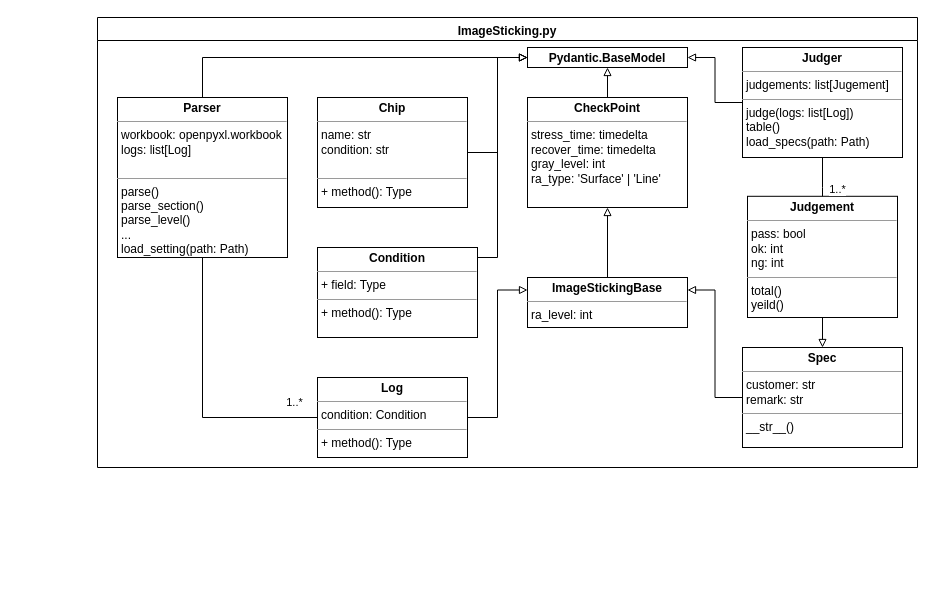
The draw.io diagram page "Page-1" (1 of 2) of img/Untitled Diagram.drawio in dimsplendid/pkm, before the edit. Source tidied: cells renumbered, new cells numbered last; positions are measured from the earlier drawing's top-left corner, leaving out a move shared by most shapes. Both pictures are drawn from the tidied source at 100%, with x=0, y=0 at pixel (97, 17).
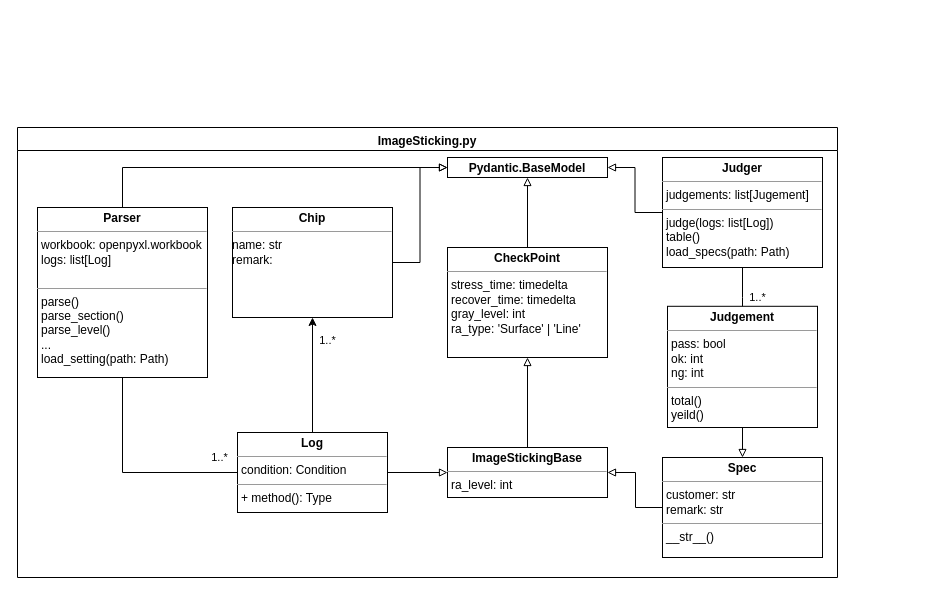
The same page after the edit.

Diff of the diagram source:
```diff
@@
-    <mxCell id="2" style="edgeStyle=orthogonalEdgeStyle;rounded=0;jettySize=auto;html=1;endArrow=block;endFill=0;" parent="1" edge="1" source="3" target="5">
-      <mxGeometry relative="1" as="geometry" />
-    </mxCell>
-    <mxCell id="3" value="&lt;p style=&quot;margin:0px;margin-top:4px;text-align:center;&quot;&gt;&lt;b&gt;ImageStickingBase&lt;/b&gt;&lt;/p&gt;&lt;hr size=&quot;1&quot;&gt;&lt;p style=&quot;margin:0px;margin-left:4px;&quot;&gt;&lt;/p&gt;&lt;p style=&quot;margin:0px;margin-left:4px;&quot;&gt;ra_level: int&lt;/p&gt;" style="verticalAlign=top;align=left;overflow=fill;fontSize=12;fontFamily=Helvetica;html=1;" parent="1" vertex="1">
-      <mxGeometry x="430" y="260" width="160" height="50" as="geometry" />
-    </mxCell>
+    <mxCell id="24" style="group;spacingLeft=0;verticalAlign=top;align=center;" parent="1" vertex="1">
+      <mxGeometry x="-80" y="110" width="820" height="450" as="geometry" />
+    </mxCell>
+    <mxCell id="6" value="&lt;p style=&quot;margin:0px;margin-top:4px;text-align:center;&quot;&gt;&lt;b&gt;Pydantic.BaseModel&lt;/b&gt;&lt;/p&gt;" style="verticalAlign=top;align=left;overflow=fill;fontSize=12;fontFamily=Helvetica;html=1;" parent="24" vertex="1">
+      <mxGeometry x="430" y="30" width="160" height="20" as="geometry" />
+    </mxCell>
-    <mxCell id="4" style="edgeStyle=orthogonalEdgeStyle;rounded=0;jettySize=auto;html=1;endArrow=block;endFill=0;" parent="1" edge="1" source="5" target="6">
+    <mxCell id="4" style="edgeStyle=orthogonalEdgeStyle;rounded=0;jettySize=auto;html=1;endArrow=block;endFill=0;" parent="24" edge="1" source="5" target="6">
       <mxGeometry relative="1" as="geometry" />
     </mxCell>
-    <mxCell id="5" value="&lt;p style=&quot;margin:0px;margin-top:4px;text-align:center;&quot;&gt;&lt;b&gt;CheckPoint&lt;/b&gt;&lt;/p&gt;&lt;hr size=&quot;1&quot;&gt;&lt;p style=&quot;margin:0px;margin-left:4px;&quot;&gt;stress_time: timedelta&lt;/p&gt;&lt;p style=&quot;margin:0px;margin-left:4px;&quot;&gt;recover_time: timedelta&lt;/p&gt;&lt;p style=&quot;margin:0px;margin-left:4px;&quot;&gt;gray_level: int&lt;/p&gt;&lt;p style=&quot;margin:0px;margin-left:4px;&quot;&gt;ra_type: 'Surface' | 'Line'&lt;/p&gt;" style="verticalAlign=top;align=left;overflow=fill;fontSize=12;fontFamily=Helvetica;html=1;" parent="1" vertex="1">
-      <mxGeometry x="430" y="80" width="160" height="110" as="geometry" />
-    </mxCell>
-    <mxCell id="6" value="&lt;p style=&quot;margin:0px;margin-top:4px;text-align:center;&quot;&gt;&lt;b&gt;Pydantic.BaseModel&lt;/b&gt;&lt;/p&gt;" style="verticalAlign=top;align=left;overflow=fill;fontSize=12;fontFamily=Helvetica;html=1;" parent="1" vertex="1">
-      <mxGeometry x="430" y="30" width="160" height="20" as="geometry" />
-    </mxCell>
-    <mxCell id="7" style="edgeStyle=orthogonalEdgeStyle;rounded=0;jettySize=auto;html=1;entryX=1;entryY=0.25;entryDx=0;entryDy=0;fontColor=default;endArrow=block;endFill=0;" parent="1" edge="1" source="8" target="3">
-      <mxGeometry relative="1" as="geometry" />
+    <mxCell id="7" style="edgeStyle=orthogonalEdgeStyle;rounded=0;jettySize=auto;html=1;fontColor=default;endArrow=block;endFill=0;" parent="24" edge="1" source="8" target="3">
+      <mxGeometry relative="1" as="geometry">
+        <Array as="points">
+          <mxPoint x="618" y="380" />
+          <mxPoint x="618" y="345" />
+        </Array>
+      </mxGeometry>
     </mxCell>
-    <mxCell id="8" value="&lt;p style=&quot;margin:0px;margin-top:4px;text-align:center;&quot;&gt;&lt;b&gt;Spec&lt;/b&gt;&lt;/p&gt;&lt;hr size=&quot;1&quot;&gt;&lt;p style=&quot;margin:0px;margin-left:4px;&quot;&gt;customer: str&lt;/p&gt;&lt;p style=&quot;margin:0px;margin-left:4px;&quot;&gt;remark: str&lt;/p&gt;&lt;hr size=&quot;1&quot;&gt;&lt;p style=&quot;margin:0px;margin-left:4px;&quot;&gt;__str__()&lt;/p&gt;" style="verticalAlign=top;align=left;overflow=fill;fontSize=12;fontFamily=Helvetica;html=1;labelBackgroundColor=none;fontColor=default;" parent="1" vertex="1">
+    <mxCell id="8" value="&lt;p style=&quot;margin:0px;margin-top:4px;text-align:center;&quot;&gt;&lt;b&gt;Spec&lt;/b&gt;&lt;/p&gt;&lt;hr size=&quot;1&quot;&gt;&lt;p style=&quot;margin:0px;margin-left:4px;&quot;&gt;customer: str&lt;/p&gt;&lt;p style=&quot;margin:0px;margin-left:4px;&quot;&gt;remark: str&lt;/p&gt;&lt;hr size=&quot;1&quot;&gt;&lt;p style=&quot;margin:0px;margin-left:4px;&quot;&gt;__str__()&lt;/p&gt;" style="verticalAlign=top;align=left;overflow=fill;fontSize=12;fontFamily=Helvetica;html=1;labelBackgroundColor=none;fontColor=default;" parent="24" vertex="1">
       <mxGeometry x="645" y="330" width="160" height="100" as="geometry" />
     </mxCell>
-    <mxCell id="9" style="edgeStyle=orthogonalEdgeStyle;rounded=0;jettySize=auto;html=1;entryX=0;entryY=0.25;entryDx=0;entryDy=0;fontColor=default;endArrow=block;endFill=0;" parent="1" edge="1" source="21" target="3">
-      <mxGeometry relative="1" as="geometry" />
-    </mxCell>
-    <mxCell id="10" value="1..*" style="edgeStyle=orthogonalEdgeStyle;rounded=0;jettySize=auto;html=1;fontColor=default;endArrow=none;endFill=0;strokeColor=default;exitX=0;exitY=0.5;exitDx=0;exitDy=0;" parent="1" edge="1" source="21" target="14">
-      <mxGeometry x="-0.83" y="-15" relative="1" as="geometry">
-        <Array as="points">
-          <mxPoint x="105" y="400" />
-        </Array>
-      </mxGeometry>
-    </mxCell>
-    <mxCell id="11" style="edgeStyle=orthogonalEdgeStyle;rounded=0;jettySize=auto;html=1;entryX=0;entryY=0.5;entryDx=0;entryDy=0;fontColor=default;endArrow=block;endFill=0;strokeColor=default;" parent="1" edge="1" source="12" target="6">
+    <mxCell id="11" style="edgeStyle=orthogonalEdgeStyle;rounded=0;jettySize=auto;html=1;entryX=0;entryY=0.5;entryDx=0;entryDy=0;fontColor=default;endArrow=block;endFill=0;strokeColor=default;" parent="24" edge="1" source="25" target="6">
       <mxGeometry relative="1" as="geometry" />
     </mxCell>
-    <mxCell id="12" value="&lt;p style=&quot;margin:0px;margin-top:4px;text-align:center;&quot;&gt;&lt;b&gt;Chip&lt;/b&gt;&lt;/p&gt;&lt;hr size=&quot;1&quot;&gt;&lt;p style=&quot;margin:0px;margin-left:4px;&quot;&gt;name: str&lt;/p&gt;&lt;p style=&quot;margin:0px;margin-left:4px;&quot;&gt;condition: str&lt;/p&gt;&lt;p style=&quot;margin:0px;margin-left:4px;&quot;&gt;&lt;br&gt;&lt;/p&gt;&lt;hr size=&quot;1&quot;&gt;&lt;p style=&quot;margin:0px;margin-left:4px;&quot;&gt;+ method(): Type&lt;/p&gt;" style="verticalAlign=top;align=left;overflow=fill;fontSize=12;fontFamily=Helvetica;html=1;labelBackgroundColor=none;fontColor=default;" parent="1" vertex="1">
-      <mxGeometry x="220" y="80" width="150" height="110" as="geometry" />
-    </mxCell>
-    <mxCell id="13" style="edgeStyle=orthogonalEdgeStyle;rounded=0;jettySize=auto;html=1;entryX=0;entryY=0.5;entryDx=0;entryDy=0;fontColor=default;endArrow=block;endFill=0;strokeColor=default;exitX=0.5;exitY=0;exitDx=0;exitDy=0;" parent="1" edge="1" source="14" target="6">
+    <mxCell id="13" style="edgeStyle=orthogonalEdgeStyle;rounded=0;jettySize=auto;html=1;entryX=0;entryY=0.5;entryDx=0;entryDy=0;fontColor=default;endArrow=block;endFill=0;strokeColor=default;exitX=0.5;exitY=0;exitDx=0;exitDy=0;" parent="24" edge="1" source="14" target="6">
       <mxGeometry relative="1" as="geometry">
         <Array as="points">
           <mxPoint x="105" y="40" />
         </Array>
       </mxGeometry>
     </mxCell>
-    <mxCell id="14" value="&lt;p style=&quot;margin:0px;margin-top:4px;text-align:center;&quot;&gt;&lt;b&gt;Parser&lt;/b&gt;&lt;/p&gt;&lt;hr size=&quot;1&quot;&gt;&lt;p style=&quot;margin:0px;margin-left:4px;&quot;&gt;workbook: openpyxl.workbook&lt;/p&gt;&lt;p style=&quot;margin:0px;margin-left:4px;&quot;&gt;logs: list[Log]&lt;/p&gt;&lt;p style=&quot;margin:0px;margin-left:4px;&quot;&gt;&lt;br&gt;&lt;/p&gt;&lt;hr size=&quot;1&quot;&gt;&lt;p style=&quot;margin:0px;margin-left:4px;&quot;&gt;parse()&lt;/p&gt;&lt;p style=&quot;margin:0px;margin-left:4px;&quot;&gt;parse_section()&lt;/p&gt;&lt;p style=&quot;margin:0px;margin-left:4px;&quot;&gt;parse_level()&lt;/p&gt;&lt;p style=&quot;margin:0px;margin-left:4px;&quot;&gt;...&lt;/p&gt;&lt;p style=&quot;margin:0px;margin-left:4px;&quot;&gt;load_setting(path: Path)&lt;/p&gt;" style="verticalAlign=top;align=left;overflow=fill;fontSize=12;fontFamily=Helvetica;html=1;labelBackgroundColor=none;fontColor=default;" parent="1" vertex="1">
-      <mxGeometry x="20" y="80" width="170" height="160" as="geometry" />
+    <mxCell id="14" value="&lt;p style=&quot;margin:0px;margin-top:4px;text-align:center;&quot;&gt;&lt;b&gt;Parser&lt;/b&gt;&lt;/p&gt;&lt;hr size=&quot;1&quot;&gt;&lt;p style=&quot;margin:0px;margin-left:4px;&quot;&gt;workbook: openpyxl.workbook&lt;/p&gt;&lt;p style=&quot;margin:0px;margin-left:4px;&quot;&gt;logs: list[Log]&lt;/p&gt;&lt;p style=&quot;margin:0px;margin-left:4px;&quot;&gt;&lt;br&gt;&lt;/p&gt;&lt;hr size=&quot;1&quot;&gt;&lt;p style=&quot;margin:0px;margin-left:4px;&quot;&gt;parse()&lt;/p&gt;&lt;p style=&quot;margin:0px;margin-left:4px;&quot;&gt;parse_section()&lt;/p&gt;&lt;p style=&quot;margin:0px;margin-left:4px;&quot;&gt;parse_level()&lt;/p&gt;&lt;p style=&quot;margin:0px;margin-left:4px;&quot;&gt;...&lt;/p&gt;&lt;p style=&quot;margin:0px;margin-left:4px;&quot;&gt;load_setting(path: Path)&lt;/p&gt;" style="verticalAlign=top;align=left;overflow=fill;fontSize=12;fontFamily=Helvetica;html=1;labelBackgroundColor=none;fontColor=default;" parent="24" vertex="1">
+      <mxGeometry x="20" y="80" width="170" height="170" as="geometry" />
     </mxCell>
-    <mxCell id="15" style="edgeStyle=orthogonalEdgeStyle;rounded=0;jettySize=auto;html=1;fontColor=default;endArrow=block;endFill=0;strokeColor=default;" parent="1" edge="1" source="18" target="8">
+    <mxCell id="15" style="edgeStyle=orthogonalEdgeStyle;rounded=0;jettySize=auto;html=1;fontColor=default;endArrow=block;endFill=0;strokeColor=default;" parent="24" edge="1" source="18" target="8">
       <mxGeometry relative="1" as="geometry" />
     </mxCell>
-    <mxCell id="16" style="edgeStyle=orthogonalEdgeStyle;rounded=0;jettySize=auto;html=1;fontColor=default;endArrow=block;endFill=0;strokeColor=default;" parent="1" edge="1" source="17" target="6">
+    <mxCell id="16" style="edgeStyle=orthogonalEdgeStyle;rounded=0;jettySize=auto;html=1;fontColor=default;endArrow=block;endFill=0;strokeColor=default;" parent="24" edge="1" source="17" target="6">
       <mxGeometry relative="1" as="geometry" />
     </mxCell>
-    <mxCell id="17" value="&lt;p style=&quot;margin:0px;margin-top:4px;text-align:center;&quot;&gt;&lt;b&gt;Judger&lt;/b&gt;&lt;/p&gt;&lt;hr size=&quot;1&quot;&gt;&lt;p style=&quot;margin:0px;margin-left:4px;&quot;&gt;judgements: list[Jugement]&lt;/p&gt;&lt;hr size=&quot;1&quot;&gt;&lt;p style=&quot;margin:0px;margin-left:4px;&quot;&gt;judge(logs: list[Log])&lt;/p&gt;&lt;p style=&quot;margin:0px;margin-left:4px;&quot;&gt;table()&lt;/p&gt;&lt;p style=&quot;margin:0px;margin-left:4px;&quot;&gt;load_specs(path: Path)&lt;/p&gt;" style="verticalAlign=top;align=left;overflow=fill;fontSize=12;fontFamily=Helvetica;html=1;labelBackgroundColor=none;fontColor=default;" parent="1" vertex="1">
+    <mxCell id="17" value="&lt;p style=&quot;margin:0px;margin-top:4px;text-align:center;&quot;&gt;&lt;b&gt;Judger&lt;/b&gt;&lt;/p&gt;&lt;hr size=&quot;1&quot;&gt;&lt;p style=&quot;margin:0px;margin-left:4px;&quot;&gt;judgements: list[Jugement]&lt;/p&gt;&lt;hr size=&quot;1&quot;&gt;&lt;p style=&quot;margin:0px;margin-left:4px;&quot;&gt;judge(logs: list[Log])&lt;/p&gt;&lt;p style=&quot;margin:0px;margin-left:4px;&quot;&gt;table()&lt;/p&gt;&lt;p style=&quot;margin:0px;margin-left:4px;&quot;&gt;load_specs(path: Path)&lt;/p&gt;" style="verticalAlign=top;align=left;overflow=fill;fontSize=12;fontFamily=Helvetica;html=1;labelBackgroundColor=none;fontColor=default;" parent="24" vertex="1">
       <mxGeometry x="645" y="30" width="160" height="110" as="geometry" />
     </mxCell>
-    <mxCell id="18" value="&lt;p style=&quot;margin:0px;margin-top:4px;text-align:center;&quot;&gt;&lt;b&gt;Judgement&lt;/b&gt;&lt;/p&gt;&lt;hr size=&quot;1&quot;&gt;&lt;p style=&quot;margin:0px;margin-left:4px;&quot;&gt;&lt;span style=&quot;background-color: initial;&quot;&gt;pass: bool&lt;/span&gt;&lt;/p&gt;&lt;p style=&quot;margin:0px;margin-left:4px;&quot;&gt;&lt;span style=&quot;background-color: initial;&quot;&gt;ok: int&lt;/span&gt;&lt;/p&gt;&lt;p style=&quot;margin:0px;margin-left:4px;&quot;&gt;&lt;span style=&quot;background-color: initial;&quot;&gt;ng: int&lt;/span&gt;&lt;/p&gt;&lt;hr size=&quot;1&quot;&gt;&lt;p style=&quot;margin: 0px 0px 0px 4px;&quot;&gt;total()&lt;/p&gt;&lt;p style=&quot;margin: 0px 0px 0px 4px;&quot;&gt;yeild()&lt;/p&gt;&lt;div&gt;&lt;span style=&quot;background-color: initial;&quot;&gt;&lt;br&gt;&lt;/span&gt;&lt;/div&gt;" style="verticalAlign=top;align=left;overflow=fill;fontSize=12;fontFamily=Helvetica;html=1;labelBackgroundColor=none;fontColor=default;" parent="1" vertex="1">
+    <mxCell id="18" value="&lt;p style=&quot;margin:0px;margin-top:4px;text-align:center;&quot;&gt;&lt;b&gt;Judgement&lt;/b&gt;&lt;/p&gt;&lt;hr size=&quot;1&quot;&gt;&lt;p style=&quot;margin:0px;margin-left:4px;&quot;&gt;&lt;span style=&quot;background-color: initial;&quot;&gt;pass: bool&lt;/span&gt;&lt;/p&gt;&lt;p style=&quot;margin:0px;margin-left:4px;&quot;&gt;&lt;span style=&quot;background-color: initial;&quot;&gt;ok: int&lt;/span&gt;&lt;/p&gt;&lt;p style=&quot;margin:0px;margin-left:4px;&quot;&gt;&lt;span style=&quot;background-color: initial;&quot;&gt;ng: int&lt;/span&gt;&lt;/p&gt;&lt;hr size=&quot;1&quot;&gt;&lt;p style=&quot;margin: 0px 0px 0px 4px;&quot;&gt;total()&lt;/p&gt;&lt;p style=&quot;margin: 0px 0px 0px 4px;&quot;&gt;yeild()&lt;/p&gt;&lt;div&gt;&lt;span style=&quot;background-color: initial;&quot;&gt;&lt;br&gt;&lt;/span&gt;&lt;/div&gt;" style="verticalAlign=top;align=left;overflow=fill;fontSize=12;fontFamily=Helvetica;html=1;labelBackgroundColor=none;fontColor=default;" parent="24" vertex="1">
       <mxGeometry x="650" y="178.8" width="150" height="121.2" as="geometry" />
     </mxCell>
-    <mxCell id="19" value="1..*" style="edgeStyle=orthogonalEdgeStyle;rounded=0;jettySize=auto;html=1;fontColor=default;endArrow=none;endFill=0;strokeColor=default;exitX=0.5;exitY=0;exitDx=0;exitDy=0;" parent="1" edge="1" source="18" target="17">
-      <mxGeometry x="-0.64" y="-15" relative="1" as="geometry">
+    <mxCell id="19" value="1..*" style="edgeStyle=orthogonalEdgeStyle;rounded=0;jettySize=auto;html=1;fontColor=default;endArrow=none;endFill=0;strokeColor=default;exitX=0.5;exitY=0;exitDx=0;exitDy=0;" parent="24" edge="1" source="18" target="17">
+      <mxGeometry x="-0.55" y="-15" relative="1" as="geometry">
         <Array as="points">
           <mxPoint x="725" y="170" />
           <mxPoint x="725" y="170" />
         </Array>
       </mxGeometry>
     </mxCell>
-    <mxCell id="20" value="ImageSticking.py" style="swimlane;labelBackgroundColor=none;fontColor=default;verticalAlign=top;" parent="1" vertex="1">
+    <mxCell id="20" value="ImageSticking.py" style="swimlane;labelBackgroundColor=none;fontColor=default;verticalAlign=top;" parent="24" vertex="1">
       <mxGeometry width="820" height="450" as="geometry" />
     </mxCell>
     <mxCell id="21" value="&lt;p style=&quot;margin:0px;margin-top:4px;text-align:center;&quot;&gt;&lt;b&gt;Log&lt;/b&gt;&lt;/p&gt;&lt;hr size=&quot;1&quot;&gt;&lt;p style=&quot;margin:0px;margin-left:4px;&quot;&gt;condition: Condition&lt;/p&gt;&lt;hr size=&quot;1&quot;&gt;&lt;p style=&quot;margin:0px;margin-left:4px;&quot;&gt;+ method(): Type&lt;/p&gt;" style="verticalAlign=top;align=left;overflow=fill;fontSize=12;fontFamily=Helvetica;html=1;labelBackgroundColor=none;fontColor=default;" parent="20" vertex="1">
-      <mxGeometry x="220" y="360" width="150" height="80" as="geometry" />
+      <mxGeometry x="220" y="305" width="150" height="80" as="geometry" />
     </mxCell>
-    <mxCell id="22" value="&lt;p style=&quot;margin:0px;margin-top:4px;text-align:center;&quot;&gt;&lt;b&gt;Condition&lt;/b&gt;&lt;/p&gt;&lt;hr size=&quot;1&quot;&gt;&lt;p style=&quot;margin:0px;margin-left:4px;&quot;&gt;+ field: Type&lt;/p&gt;&lt;hr size=&quot;1&quot;&gt;&lt;p style=&quot;margin:0px;margin-left:4px;&quot;&gt;+ method(): Type&lt;/p&gt;" style="verticalAlign=top;align=left;overflow=fill;fontSize=12;fontFamily=Helvetica;html=1;labelBackgroundColor=none;fontColor=default;" parent="20" vertex="1">
-      <mxGeometry x="220" y="230" width="160" height="90" as="geometry" />
-    </mxCell>
-    <mxCell id="23" style="edgeStyle=orthogonalEdgeStyle;rounded=0;jettySize=auto;html=1;fontSize=13;fontColor=default;endArrow=block;endFill=0;strokeColor=default;" parent="1" edge="1" source="22" target="6">
-      <mxGeometry relative="1" as="geometry">
-        <Array as="points">
-          <mxPoint x="400" y="240" />
-          <mxPoint x="400" y="40" />
-        </Array>
-      </mxGeometry>
-    </mxCell>
+    <mxCell id="3" value="&lt;p style=&quot;margin:0px;margin-top:4px;text-align:center;&quot;&gt;&lt;b&gt;ImageStickingBase&lt;/b&gt;&lt;/p&gt;&lt;hr size=&quot;1&quot;&gt;&lt;p style=&quot;margin:0px;margin-left:4px;&quot;&gt;&lt;/p&gt;&lt;p style=&quot;margin:0px;margin-left:4px;&quot;&gt;ra_level: int&lt;/p&gt;" style="verticalAlign=top;align=left;overflow=fill;fontSize=12;fontFamily=Helvetica;html=1;" parent="20" vertex="1">
+      <mxGeometry x="430" y="320" width="160" height="50" as="geometry" />
+    </mxCell>
+    <mxCell id="9" style="edgeStyle=orthogonalEdgeStyle;rounded=0;jettySize=auto;html=1;fontColor=default;endArrow=block;endFill=0;" parent="20" edge="1" source="21" target="3">
+      <mxGeometry relative="1" as="geometry" />
+    </mxCell>
+    <mxCell id="5" value="&lt;p style=&quot;margin:0px;margin-top:4px;text-align:center;&quot;&gt;&lt;b&gt;CheckPoint&lt;/b&gt;&lt;/p&gt;&lt;hr size=&quot;1&quot;&gt;&lt;p style=&quot;margin:0px;margin-left:4px;&quot;&gt;stress_time: timedelta&lt;/p&gt;&lt;p style=&quot;margin:0px;margin-left:4px;&quot;&gt;recover_time: timedelta&lt;/p&gt;&lt;p style=&quot;margin:0px;margin-left:4px;&quot;&gt;gray_level: int&lt;/p&gt;&lt;p style=&quot;margin:0px;margin-left:4px;&quot;&gt;ra_type: 'Surface' | 'Line'&lt;/p&gt;" style="verticalAlign=top;align=left;overflow=fill;fontSize=12;fontFamily=Helvetica;html=1;" parent="20" vertex="1">
+      <mxGeometry x="430" y="120" width="160" height="110" as="geometry" />
+    </mxCell>
+    <mxCell id="2" style="edgeStyle=orthogonalEdgeStyle;rounded=0;jettySize=auto;html=1;endArrow=block;endFill=0;" parent="20" edge="1" source="3" target="5">
+      <mxGeometry relative="1" as="geometry" />
+    </mxCell>
+    <mxCell id="25" value="&lt;p style=&quot;margin: 4px 0px 0px;&quot; align=&quot;center&quot;&gt;&lt;b&gt;Chip&lt;/b&gt;&lt;/p&gt;&lt;hr size=&quot;1&quot;&gt;&lt;div&gt;name: str&lt;/div&gt;&lt;div&gt;remark:&amp;nbsp;&lt;/div&gt;&lt;div&gt;&lt;br&gt;&lt;/div&gt;" style="verticalAlign=top;align=left;overflow=fill;fontSize=12;fontFamily=Helvetica;html=1;spacingLeft=0;spacing=2;" parent="20" vertex="1">
+      <mxGeometry x="215" y="80" width="160" height="110" as="geometry" />
+    </mxCell>
+    <mxCell id="26" value="1..*" style="edgeStyle=orthogonalEdgeStyle;rounded=0;jettySize=auto;html=1;" parent="20" edge="1" source="21" target="25">
+      <mxGeometry x="0.6" y="-15" relative="1" as="geometry" />
+    </mxCell>
+    <mxCell id="10" value="1..*" style="edgeStyle=orthogonalEdgeStyle;rounded=0;jettySize=auto;html=1;fontColor=default;endArrow=none;endFill=0;strokeColor=default;exitX=0;exitY=0.5;exitDx=0;exitDy=0;" parent="24" edge="1" source="21" target="14">
+      <mxGeometry x="-0.83" y="-15" relative="1" as="geometry">
+        <Array as="points">
+          <mxPoint x="105" y="345" />
+        </Array>
+      </mxGeometry>
+    </mxCell>
```
